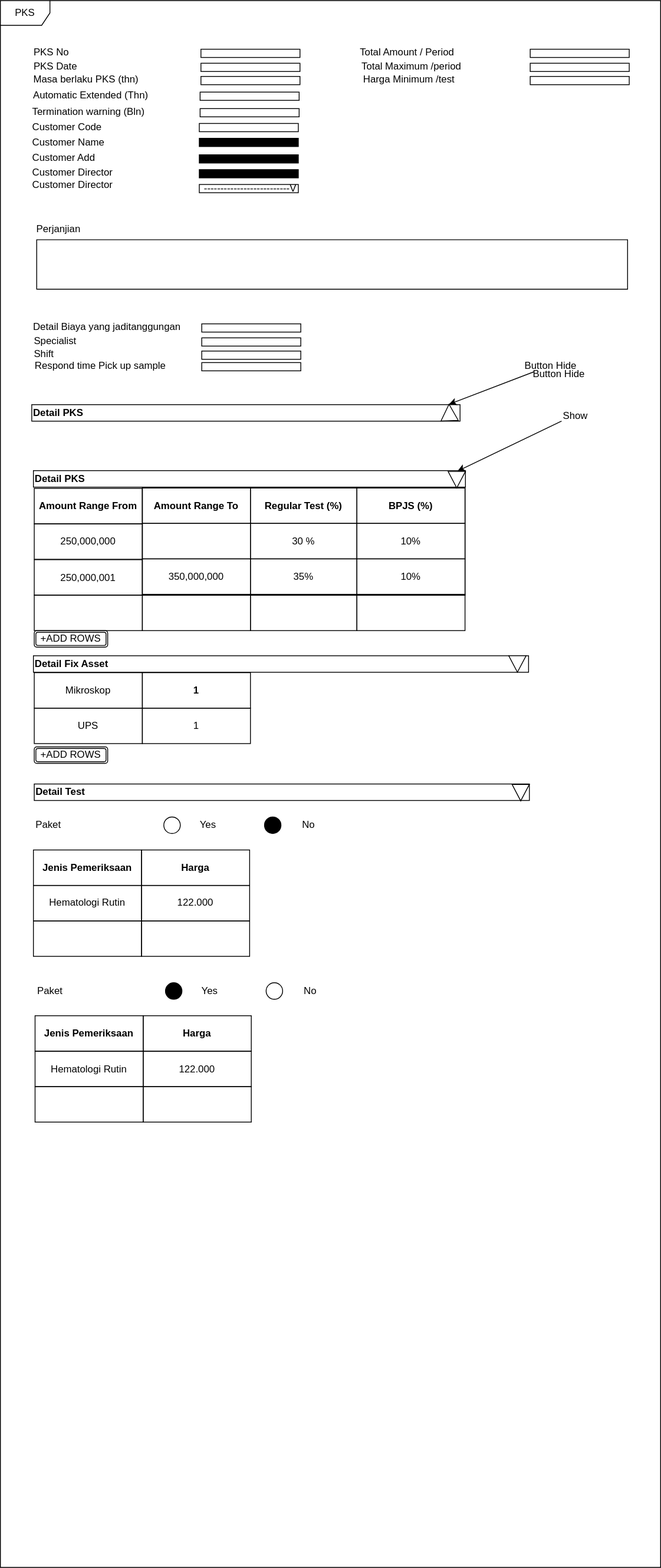
riduan-risandi/inno_collection_diagram keeps this draw.io diagram as pattern/FSD.svg. Above is the earlier version. Source tidied: cells renumbered, new cells last; positions are measured from the earlier drawing's top-left corner, leaving out a move shared by most shapes.
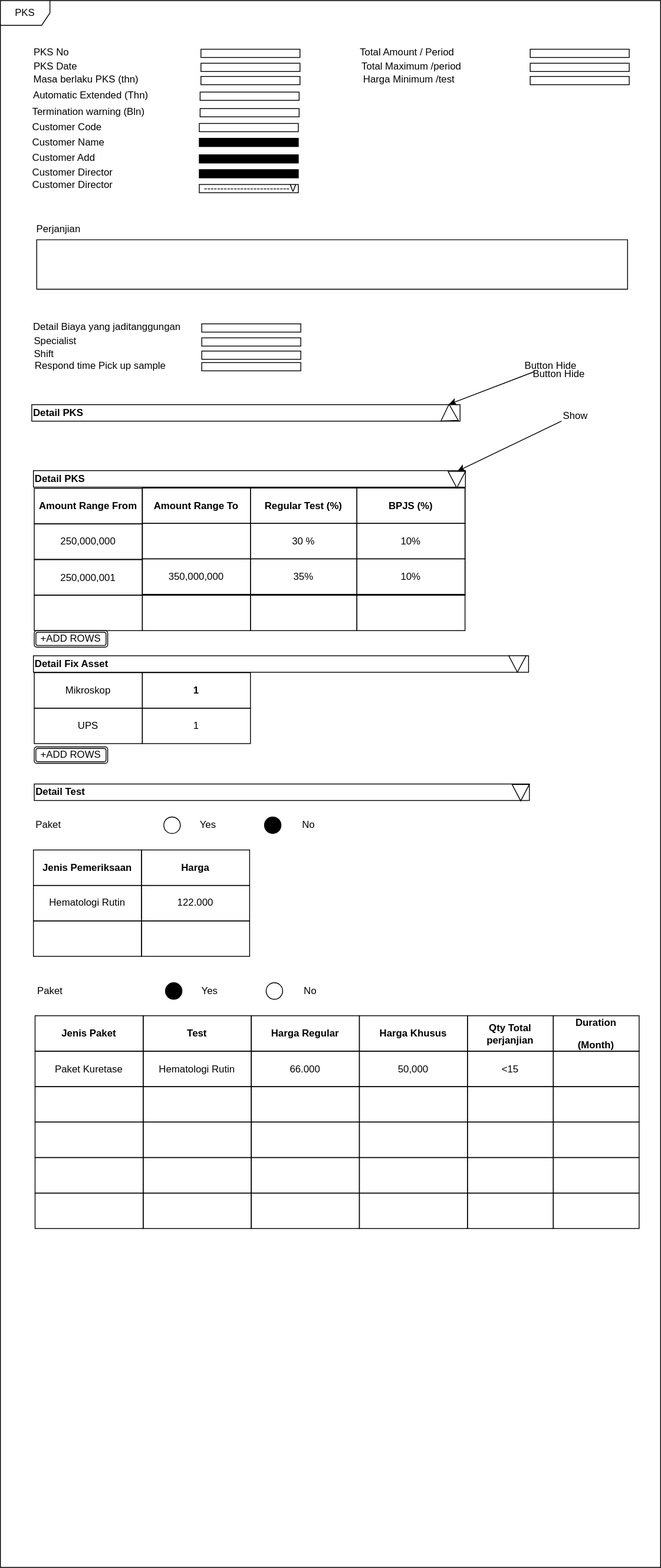
Above is the later version.

Diff of the diagram source:
```diff
@@ -283,16 +283,16 @@
     <mxCell id="94" value="No" style="text;strokeColor=none;fillColor=none;align=left;verticalAlign=middle;spacingLeft=4;spacingRight=4;overflow=hidden;whiteSpace=wrap;html=1;" parent="1" vertex="1">
       <mxGeometry x="362" y="1191" width="50" height="20" as="geometry" />
     </mxCell>
-    <mxCell id="95" value="&lt;b&gt;Jenis Pemeriksaan&lt;/b&gt;" style="strokeColor=inherit;fillColor=none;align=center;whiteSpace=wrap;html=1;" parent="1" vertex="1">
+    <mxCell id="95" value="&lt;b&gt;Jenis Paket&lt;/b&gt;" style="strokeColor=inherit;fillColor=none;align=center;whiteSpace=wrap;html=1;" parent="1" vertex="1">
       <mxGeometry x="42" y="1231" width="131" height="43" as="geometry" />
     </mxCell>
-    <mxCell id="96" value="&lt;b&gt;Harga&lt;/b&gt;" style="strokeColor=inherit;fillColor=none;align=center;whiteSpace=wrap;html=1;" parent="1" vertex="1">
+    <mxCell id="96" value="&lt;table&gt;&lt;tbody&gt;&lt;tr&gt;&lt;td valign=&quot;top&quot;&gt;&lt;p&gt;&lt;b&gt;Test&lt;/b&gt;&lt;/p&gt;&lt;/td&gt;&lt;/tr&gt;&lt;/tbody&gt;&lt;/table&gt;" style="strokeColor=inherit;fillColor=none;align=center;whiteSpace=wrap;html=1;" parent="1" vertex="1">
       <mxGeometry x="173" y="1231" width="131" height="43" as="geometry" />
     </mxCell>
-    <mxCell id="97" value="122.000" style="strokeColor=inherit;fillColor=none;align=center;whiteSpace=wrap;html=1;" parent="1" vertex="1">
+    <mxCell id="97" value="Hematologi Rutin" style="strokeColor=inherit;fillColor=none;align=center;whiteSpace=wrap;html=1;" parent="1" vertex="1">
       <mxGeometry x="173" y="1274" width="131" height="43" as="geometry" />
     </mxCell>
-    <mxCell id="98" value="&lt;table&gt;&lt;tbody&gt;&lt;tr&gt;&lt;td valign=&quot;top&quot;&gt;&lt;p&gt;Hematologi Rutin&lt;/p&gt;&lt;/td&gt;&lt;/tr&gt;&lt;/tbody&gt;&lt;/table&gt;" style="strokeColor=inherit;fillColor=none;align=center;whiteSpace=wrap;html=1;" parent="1" vertex="1">
+    <mxCell id="98" value="Paket Kuretase" style="strokeColor=inherit;fillColor=none;align=center;whiteSpace=wrap;html=1;" parent="1" vertex="1">
       <mxGeometry x="42" y="1274" width="131" height="43" as="geometry" />
     </mxCell>
     <mxCell id="99" style="strokeColor=inherit;fillColor=none;align=center;whiteSpace=wrap;html=1;" parent="1" vertex="1">
@@ -301,5 +301,95 @@
     <mxCell id="100" style="strokeColor=inherit;fillColor=none;align=center;whiteSpace=wrap;html=1;" parent="1" vertex="1">
       <mxGeometry x="173" y="1317" width="131" height="43" as="geometry" />
     </mxCell>
+    <mxCell id="101" value="&lt;table&gt;&lt;tbody&gt;&lt;tr&gt;&lt;td valign=&quot;top&quot;&gt;&lt;p&gt;&lt;b&gt;Harga  Regular&lt;/b&gt;&lt;/p&gt;&lt;/td&gt;&lt;/tr&gt;&lt;/tbody&gt;&lt;/table&gt;" style="strokeColor=inherit;fillColor=none;align=center;whiteSpace=wrap;html=1;" parent="1" vertex="1">
+      <mxGeometry x="304" y="1231" width="131" height="43" as="geometry" />
+    </mxCell>
+    <mxCell id="102" value="66.000" style="strokeColor=inherit;fillColor=none;align=center;whiteSpace=wrap;html=1;" parent="1" vertex="1">
+      <mxGeometry x="304" y="1274" width="131" height="43" as="geometry" />
+    </mxCell>
+    <mxCell id="103" style="strokeColor=inherit;fillColor=none;align=center;whiteSpace=wrap;html=1;" parent="1" vertex="1">
+      <mxGeometry x="304" y="1317" width="131" height="43" as="geometry" />
+    </mxCell>
+    <mxCell id="104" value="&lt;b&gt;Harga Khusus&lt;/b&gt;" style="strokeColor=inherit;fillColor=none;align=center;whiteSpace=wrap;html=1;" parent="1" vertex="1">
+      <mxGeometry x="435" y="1231" width="131" height="43" as="geometry" />
+    </mxCell>
+    <mxCell id="105" value="&lt;table&gt;&lt;tbody&gt;&lt;tr&gt;&lt;td valign=&quot;top&quot;&gt;&lt;p&gt;50,000&lt;/p&gt;&lt;/td&gt;&lt;/tr&gt;&lt;/tbody&gt;&lt;/table&gt;" style="strokeColor=inherit;fillColor=none;align=center;whiteSpace=wrap;html=1;" parent="1" vertex="1">
+      <mxGeometry x="435" y="1274" width="131" height="43" as="geometry" />
+    </mxCell>
+    <mxCell id="106" style="strokeColor=inherit;fillColor=none;align=center;whiteSpace=wrap;html=1;" parent="1" vertex="1">
+      <mxGeometry x="435" y="1317" width="131" height="43" as="geometry" />
+    </mxCell>
+    <mxCell id="107" value="&lt;table&gt;&lt;tbody&gt;&lt;tr&gt;&lt;td valign=&quot;top&quot;&gt;&lt;p&gt;&lt;b&gt;Qty  Total perjanjian&lt;/b&gt;&lt;/p&gt;&lt;/td&gt;&lt;/tr&gt;&lt;/tbody&gt;&lt;/table&gt;" style="strokeColor=inherit;fillColor=none;align=center;whiteSpace=wrap;html=1;" parent="1" vertex="1">
+      <mxGeometry x="566" y="1231" width="104" height="43" as="geometry" />
+    </mxCell>
+    <mxCell id="108" value="&amp;lt;15" style="strokeColor=inherit;fillColor=none;align=center;whiteSpace=wrap;html=1;" parent="1" vertex="1">
+      <mxGeometry x="566" y="1274" width="104" height="43" as="geometry" />
+    </mxCell>
+    <mxCell id="109" style="strokeColor=inherit;fillColor=none;align=center;whiteSpace=wrap;html=1;" parent="1" vertex="1">
+      <mxGeometry x="566" y="1317" width="104" height="43" as="geometry" />
+    </mxCell>
+    <mxCell id="110" value="&lt;table&gt;&lt;tbody&gt;&lt;tr&gt;&lt;td valign=&quot;top&quot;&gt;&lt;p&gt;&lt;/p&gt;&lt;p&gt;&lt;b&gt;Duration&lt;/b&gt;&lt;/p&gt;&lt;b&gt;&lt;span lang=&quot;EN-US&quot;&gt;(Month)&lt;/span&gt;&lt;/b&gt;&lt;p&gt;&lt;/p&gt;&lt;/td&gt;&lt;/tr&gt;&lt;/tbody&gt;&lt;/table&gt;" style="strokeColor=inherit;fillColor=none;align=center;whiteSpace=wrap;html=1;" parent="1" vertex="1">
+      <mxGeometry x="670" y="1231" width="104" height="43" as="geometry" />
+    </mxCell>
+    <mxCell id="111" style="strokeColor=inherit;fillColor=none;align=center;whiteSpace=wrap;html=1;" parent="1" vertex="1">
+      <mxGeometry x="670" y="1274" width="104" height="43" as="geometry" />
+    </mxCell>
+    <mxCell id="112" style="strokeColor=inherit;fillColor=none;align=center;whiteSpace=wrap;html=1;" parent="1" vertex="1">
+      <mxGeometry x="670" y="1317" width="104" height="43" as="geometry" />
+    </mxCell>
+    <mxCell id="113" style="strokeColor=inherit;fillColor=none;align=center;whiteSpace=wrap;html=1;" parent="1" vertex="1">
+      <mxGeometry x="42" y="1360" width="131" height="43" as="geometry" />
+    </mxCell>
+    <mxCell id="114" style="strokeColor=inherit;fillColor=none;align=center;whiteSpace=wrap;html=1;" parent="1" vertex="1">
+      <mxGeometry x="173" y="1360" width="131" height="43" as="geometry" />
+    </mxCell>
+    <mxCell id="115" style="strokeColor=inherit;fillColor=none;align=center;whiteSpace=wrap;html=1;" parent="1" vertex="1">
+      <mxGeometry x="304" y="1360" width="131" height="43" as="geometry" />
+    </mxCell>
+    <mxCell id="116" style="strokeColor=inherit;fillColor=none;align=center;whiteSpace=wrap;html=1;" parent="1" vertex="1">
+      <mxGeometry x="435" y="1360" width="131" height="43" as="geometry" />
+    </mxCell>
+    <mxCell id="117" style="strokeColor=inherit;fillColor=none;align=center;whiteSpace=wrap;html=1;" parent="1" vertex="1">
+      <mxGeometry x="566" y="1360" width="104" height="43" as="geometry" />
+    </mxCell>
+    <mxCell id="118" style="strokeColor=inherit;fillColor=none;align=center;whiteSpace=wrap;html=1;" parent="1" vertex="1">
+      <mxGeometry x="670" y="1360" width="104" height="43" as="geometry" />
+    </mxCell>
+    <mxCell id="119" style="strokeColor=inherit;fillColor=none;align=center;whiteSpace=wrap;html=1;" parent="1" vertex="1">
+      <mxGeometry x="42" y="1403" width="131" height="43" as="geometry" />
+    </mxCell>
+    <mxCell id="120" style="strokeColor=inherit;fillColor=none;align=center;whiteSpace=wrap;html=1;" parent="1" vertex="1">
+      <mxGeometry x="173" y="1403" width="131" height="43" as="geometry" />
+    </mxCell>
+    <mxCell id="121" style="strokeColor=inherit;fillColor=none;align=center;whiteSpace=wrap;html=1;" parent="1" vertex="1">
+      <mxGeometry x="304" y="1403" width="131" height="43" as="geometry" />
+    </mxCell>
+    <mxCell id="122" style="strokeColor=inherit;fillColor=none;align=center;whiteSpace=wrap;html=1;" parent="1" vertex="1">
+      <mxGeometry x="435" y="1403" width="131" height="43" as="geometry" />
+    </mxCell>
+    <mxCell id="123" style="strokeColor=inherit;fillColor=none;align=center;whiteSpace=wrap;html=1;" parent="1" vertex="1">
+      <mxGeometry x="566" y="1403" width="104" height="43" as="geometry" />
+    </mxCell>
+    <mxCell id="124" style="strokeColor=inherit;fillColor=none;align=center;whiteSpace=wrap;html=1;" parent="1" vertex="1">
+      <mxGeometry x="670" y="1403" width="104" height="43" as="geometry" />
+    </mxCell>
+    <mxCell id="125" style="strokeColor=inherit;fillColor=none;align=center;whiteSpace=wrap;html=1;" parent="1" vertex="1">
+      <mxGeometry x="42" y="1446" width="131" height="43" as="geometry" />
+    </mxCell>
+    <mxCell id="126" style="strokeColor=inherit;fillColor=none;align=center;whiteSpace=wrap;html=1;" parent="1" vertex="1">
+      <mxGeometry x="173" y="1446" width="131" height="43" as="geometry" />
+    </mxCell>
+    <mxCell id="127" style="strokeColor=inherit;fillColor=none;align=center;whiteSpace=wrap;html=1;" parent="1" vertex="1">
+      <mxGeometry x="304" y="1446" width="131" height="43" as="geometry" />
+    </mxCell>
+    <mxCell id="128" style="strokeColor=inherit;fillColor=none;align=center;whiteSpace=wrap;html=1;" parent="1" vertex="1">
+      <mxGeometry x="435" y="1446" width="131" height="43" as="geometry" />
+    </mxCell>
+    <mxCell id="129" style="strokeColor=inherit;fillColor=none;align=center;whiteSpace=wrap;html=1;" parent="1" vertex="1">
+      <mxGeometry x="566" y="1446" width="104" height="43" as="geometry" />
+    </mxCell>
+    <mxCell id="130" style="strokeColor=inherit;fillColor=none;align=center;whiteSpace=wrap;html=1;" parent="1" vertex="1">
+      <mxGeometry x="670" y="1446" width="104" height="43" as="geometry" />
+    </mxCell>
   </root>
 </mxGraphModel>
```
